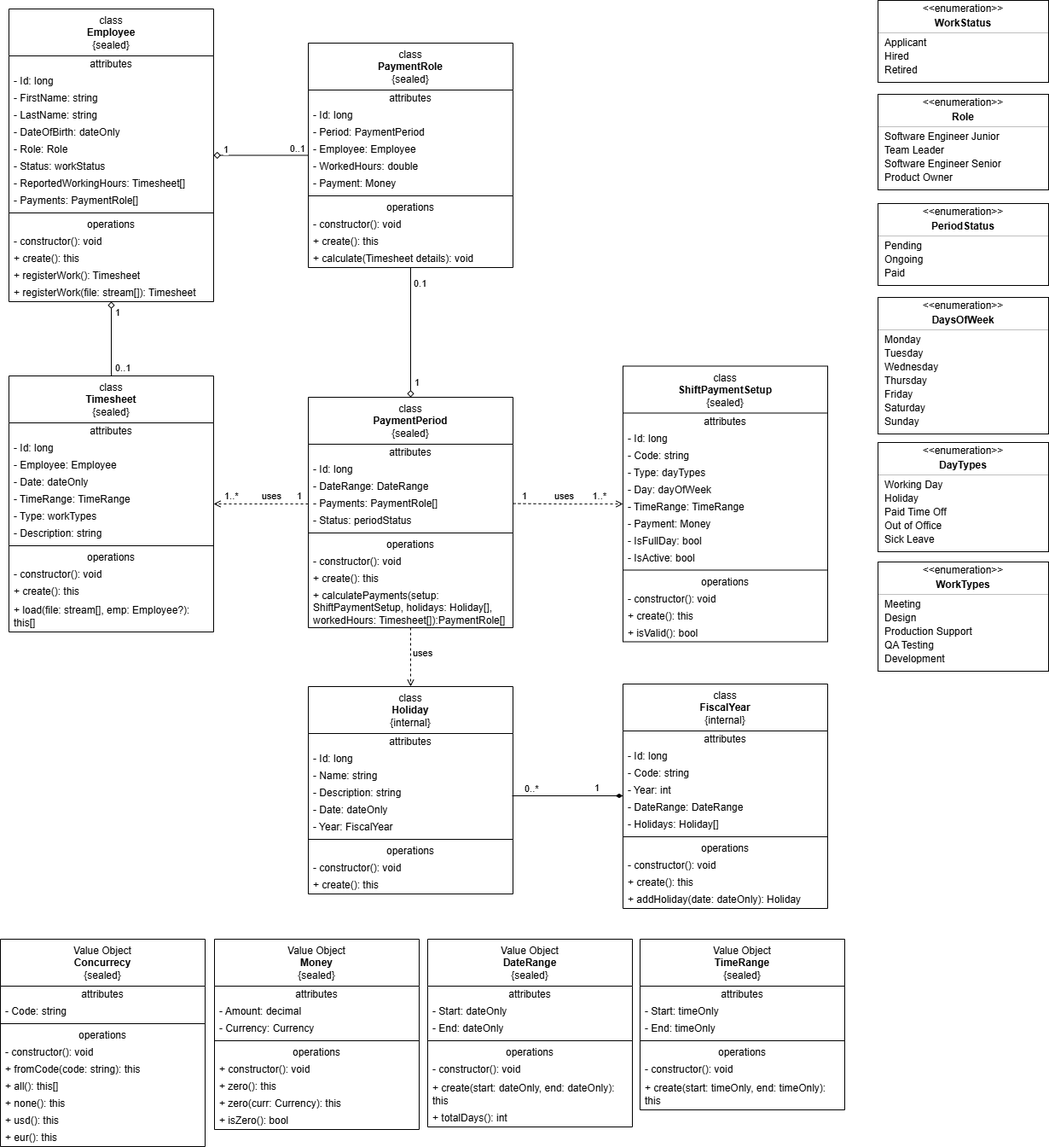
The draw.io diagram docs/images/domain-model.png in rsmacias/PaymentCalculator, before a commit. Source tidied: cells renumbered, new cells last; positions are measured from the earlier drawing's top-left corner, leaving out a move shared by most shapes.
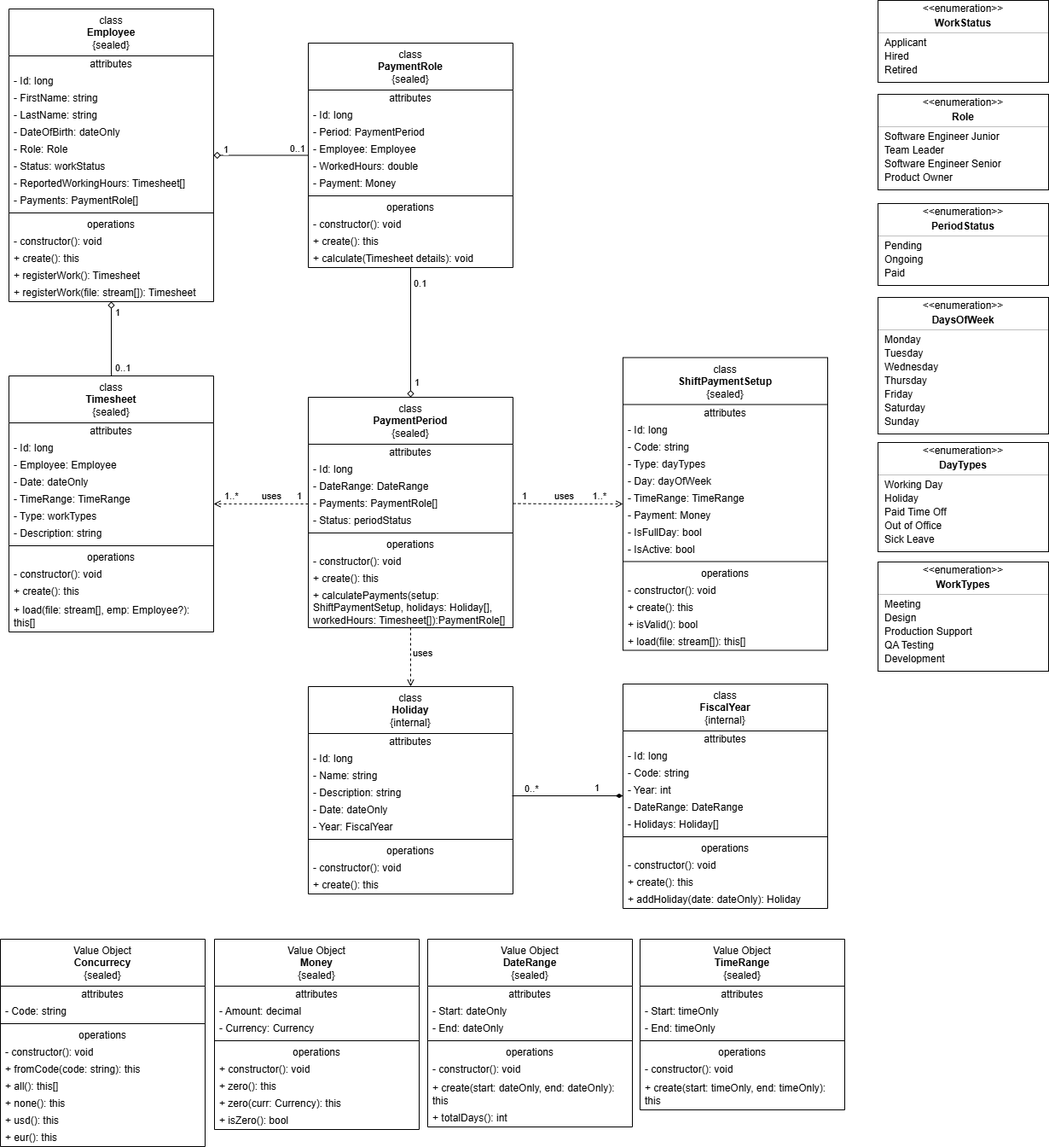
Above is the later version.

Commit message:
refactor(diagram): added behavior for loading the payment shift setup from a physical file.

Change to the diagram source:
```diff
@@ -135,7 +135,7 @@
       <mxGeometry y="243" width="240" height="20" as="geometry" />
     </mxCell>
     <mxCell id="46" value="class&lt;br&gt;&lt;b&gt;ShiftPaymentSetup&lt;/b&gt;&lt;br&gt;{sealed}" style="swimlane;fontStyle=0;align=center;verticalAlign=top;horizontal=1;startSize=55;html=1;whiteSpace=wrap;" parent="1" vertex="1">
-      <mxGeometry x="730" y="428.5" width="240" height="323" as="geometry" />
+      <mxGeometry x="730" y="418.5" width="240" height="343" as="geometry" />
     </mxCell>
     <mxCell id="47" value="attributes" style="text;html=1;strokeColor=none;fillColor=none;align=center;verticalAlign=middle;spacingLeft=4;spacingRight=4;overflow=hidden;whiteSpace=wrap;" parent="46" vertex="1">
       <mxGeometry y="55" width="240" height="20" as="geometry" />
@@ -179,6 +179,9 @@
     <mxCell id="60" value="+ isValid(): bool" style="text;html=1;strokeColor=none;fillColor=none;align=left;verticalAlign=middle;spacingLeft=4;spacingRight=4;overflow=hidden;whiteSpace=wrap;" parent="46" vertex="1">
       <mxGeometry y="303" width="240" height="20" as="geometry" />
     </mxCell>
+    <mxCell id="209" value="+ load(file: stream[]): this[]" style="text;html=1;strokeColor=none;fillColor=none;align=left;verticalAlign=middle;spacingLeft=4;spacingRight=4;overflow=hidden;whiteSpace=wrap;" parent="46" vertex="1">
+      <mxGeometry y="323" width="240" height="20" as="geometry" />
+    </mxCell>
     <mxCell id="61" style="fontStyle=1;align=center;verticalAlign=middle;horizontal=1;" parent="1" vertex="1">
       <mxGeometry x="1029" y="110" width="200" height="112" as="geometry" />
     </mxCell>
```
